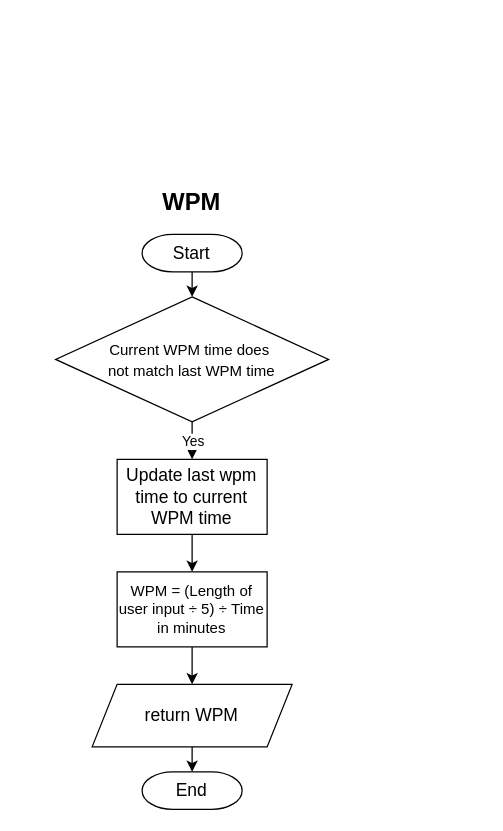
Before: diagrams/algorithms/wpmCalculateAlgo.drawio in Bxnetic/wahtype, a draw.io diagram. Source tidied: cells renumbered, new cells numbered last; positions are measured from the earlier drawing's top-left corner, leaving out a move shared by most shapes. Both pictures are drawn from the tidied source at 125%, with x=0, y=0 at pixel (55, 184).
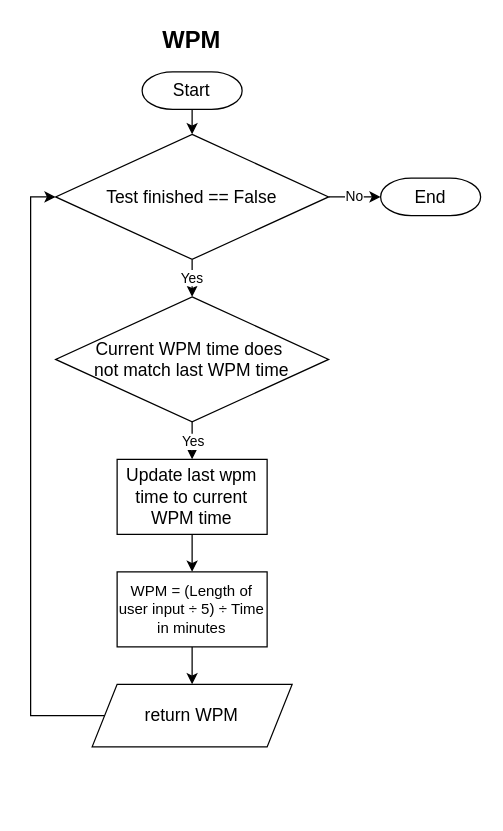
The same page after the edit.

Change to the diagram source:
```diff
@@
 <mxGraphModel>
   <root>
     <mxCell id="0" />
     <mxCell id="1" parent="0" />
-    <mxCell id="2" style="edgeStyle=orthogonalEdgeStyle;rounded=0;jettySize=auto;html=1;exitX=0.5;exitY=1;exitDx=0;exitDy=0;exitPerimeter=0;entryX=0.5;entryY=0;entryDx=0;entryDy=0;" parent="1" edge="1" source="3" target="6">
-      <mxGeometry relative="1" as="geometry" />
-    </mxCell>
+    <mxCell id="15" style="edgeStyle=orthogonalEdgeStyle;rounded=0;jettySize=auto;html=1;exitX=0.5;exitY=1;exitDx=0;exitDy=0;exitPerimeter=0;entryX=0.5;entryY=0;entryDx=0;entryDy=0;" parent="1" edge="1" source="3" target="20">
+      <mxGeometry relative="1" as="geometry" />
+    </mxCell>
     <mxCell id="3" value="Start" style="strokeWidth=1;html=1;shape=mxgraph.flowchart.terminator;whiteSpace=wrap;fontSize=14;" parent="1" vertex="1">
-      <mxGeometry x="69.2" y="40" width="80" height="30" as="geometry" />
+      <mxGeometry x="69.2" y="-90" width="80" height="30" as="geometry" />
     </mxCell>
     <mxCell id="4" style="edgeStyle=orthogonalEdgeStyle;rounded=0;jettySize=auto;html=1;exitX=0.5;exitY=1;exitDx=0;exitDy=0;entryX=0.5;entryY=0;entryDx=0;entryDy=0;" parent="1" edge="1" source="5" target="10">
       <mxGeometry relative="1" as="geometry" />
     </mxCell>
     <mxCell id="5" value="Update last wpm time to current WPM time" style="rounded=0;whiteSpace=wrap;html=1;fontSize=14;" parent="1" vertex="1">
       <mxGeometry x="49.2" y="220" width="120" height="60" as="geometry" />
     </mxCell>
-    <mxCell id="6" value="&lt;span style=&quot;font-size: 12px;&quot;&gt;Current WPM time does&amp;nbsp;&lt;/span&gt;&lt;div&gt;&lt;span style=&quot;font-size: 12px;&quot;&gt;not match last WPM time&lt;/span&gt;&lt;/div&gt;" style="rhombus;html=1;spacing=9;spacingLeft=0;whiteSpace=wrap;labelPosition=center;verticalLabelPosition=middle;align=center;verticalAlign=middle;spacingBottom=0;gradientColor=none;fillColor=default;strokeColor=default;fontFamily=Helvetica;fontSize=14;fontColor=default;" parent="1" vertex="1">
+    <mxCell id="6" value="&lt;span&gt;Current WPM time does&amp;nbsp;&lt;/span&gt;&lt;div&gt;&lt;span&gt;not match last WPM time&lt;/span&gt;&lt;/div&gt;" style="rhombus;html=1;spacing=9;spacingLeft=0;whiteSpace=wrap;labelPosition=center;verticalLabelPosition=middle;align=center;verticalAlign=middle;spacingBottom=0;gradientColor=none;fillColor=default;strokeColor=default;fontFamily=Helvetica;fontSize=14;fontColor=default;" parent="1" vertex="1">
       <mxGeometry y="90" width="218.4" height="100" as="geometry" />
     </mxCell>
     <mxCell id="7" style="endArrow=classic;html=1;rounded=0;exitX=0.5;exitY=1;exitDx=0;exitDy=0;entryX=0.5;entryY=0;entryDx=0;entryDy=0;" parent="1" edge="1" source="6" target="5">
       <mxGeometry relative="1" as="geometry" />
     </mxCell>
     <mxCell id="8" value="Yes" style="edgeLabel;html=1;align=center;verticalAlign=middle;" parent="7" vertex="1">
       <mxGeometry relative="1" as="geometry" />
     </mxCell>
-    <mxCell id="9" style="edgeStyle=orthogonalEdgeStyle;rounded=0;jettySize=auto;html=1;exitX=0.5;exitY=1;exitDx=0;exitDy=0;entryX=0.5;entryY=0;entryDx=0;entryDy=0;" parent="1" edge="1" source="10">
-      <mxGeometry relative="1" as="geometry">
-        <mxPoint x="109.2" y="400" as="targetPoint" />
-      </mxGeometry>
-    </mxCell>
+    <mxCell id="16" style="edgeStyle=orthogonalEdgeStyle;rounded=0;jettySize=auto;html=1;exitX=0.5;exitY=1;exitDx=0;exitDy=0;entryX=0.5;entryY=0;entryDx=0;entryDy=0;" parent="1" edge="1" source="10" target="14">
+      <mxGeometry relative="1" as="geometry" />
+    </mxCell>
     <mxCell id="10" value="WPM = (Length of user input&amp;nbsp;&lt;span class=&quot;Yjhzub&quot;&gt;÷&lt;/span&gt;&amp;nbsp;5)&amp;nbsp;&lt;span class=&quot;Yjhzub&quot;&gt;÷&lt;/span&gt;&amp;nbsp;Time in minutes" style="rounded=0;whiteSpace=wrap;html=1;" parent="1" vertex="1">
       <mxGeometry x="49.2" y="310" width="120" height="60" as="geometry" />
     </mxCell>
-    <mxCell id="11" style="edgeStyle=orthogonalEdgeStyle;rounded=0;jettySize=auto;html=1;exitX=0.5;exitY=1;exitDx=0;exitDy=0;entryX=0.5;entryY=0;entryDx=0;entryDy=0;entryPerimeter=0;" parent="1" edge="1" source="14" target="12">
-      <mxGeometry relative="1" as="geometry" />
-    </mxCell>
     <mxCell id="12" value="End" style="strokeWidth=1;html=1;shape=mxgraph.flowchart.terminator;whiteSpace=wrap;fontSize=14;" parent="1" vertex="1">
-      <mxGeometry x="69.2" y="470" width="80" height="30" as="geometry" />
+      <mxGeometry x="260" y="-5" width="80" height="30" as="geometry" />
     </mxCell>
     <mxCell id="13" value="&lt;b&gt;WPM&lt;/b&gt;" style="text;html=1;whiteSpace=wrap;strokeColor=none;fillColor=none;align=center;verticalAlign=middle;rounded=0;fontSize=19;fontFamily=Calibri;" parent="1" vertex="1">
-      <mxGeometry x="79.2" width="60" height="30" as="geometry" />
+      <mxGeometry x="79.2" y="-130" width="60" height="30" as="geometry" />
     </mxCell>
+    <mxCell id="17" style="edgeStyle=orthogonalEdgeStyle;rounded=0;jettySize=auto;html=1;exitX=0;exitY=0.5;exitDx=0;exitDy=0;entryX=0;entryY=0.5;entryDx=0;entryDy=0;" parent="1" edge="1" source="14" target="20">
+      <mxGeometry relative="1" as="geometry">
+        <Array as="points">
+          <mxPoint x="-20" y="425" />
+          <mxPoint x="-20" y="10" />
+        </Array>
+      </mxGeometry>
+    </mxCell>
     <mxCell id="14" value="return WPM" style="shape=parallelogram;perimeter=parallelogramPerimeter;whiteSpace=wrap;html=1;fixedSize=1;fontSize=14;" parent="1" vertex="1">
       <mxGeometry x="29.2" y="400" width="160" height="50" as="geometry" />
     </mxCell>
+    <mxCell id="18" value="Yes" style="edgeStyle=orthogonalEdgeStyle;rounded=0;jettySize=auto;html=1;exitX=0.5;exitY=1;exitDx=0;exitDy=0;entryX=0.5;entryY=0;entryDx=0;entryDy=0;" parent="1" edge="1" source="20" target="6">
+      <mxGeometry relative="1" as="geometry" />
+    </mxCell>
+    <mxCell id="19" value="No" style="edgeStyle=orthogonalEdgeStyle;rounded=0;jettySize=auto;html=1;exitX=1;exitY=0.5;exitDx=0;exitDy=0;entryX=0;entryY=0.5;entryDx=0;entryDy=0;entryPerimeter=0;" parent="1" edge="1" source="20" target="12">
+      <mxGeometry relative="1" as="geometry" />
+    </mxCell>
+    <mxCell id="20" value="Test finished == False" style="rhombus;html=1;spacing=9;spacingLeft=0;whiteSpace=wrap;labelPosition=center;verticalLabelPosition=middle;align=center;verticalAlign=middle;spacingBottom=0;gradientColor=none;fillColor=default;strokeColor=default;fontFamily=Helvetica;fontSize=14;fontColor=default;" parent="1" vertex="1">
+      <mxGeometry y="-40" width="218.4" height="100" as="geometry" />
+    </mxCell>
   </root>
 </mxGraphModel>
```
